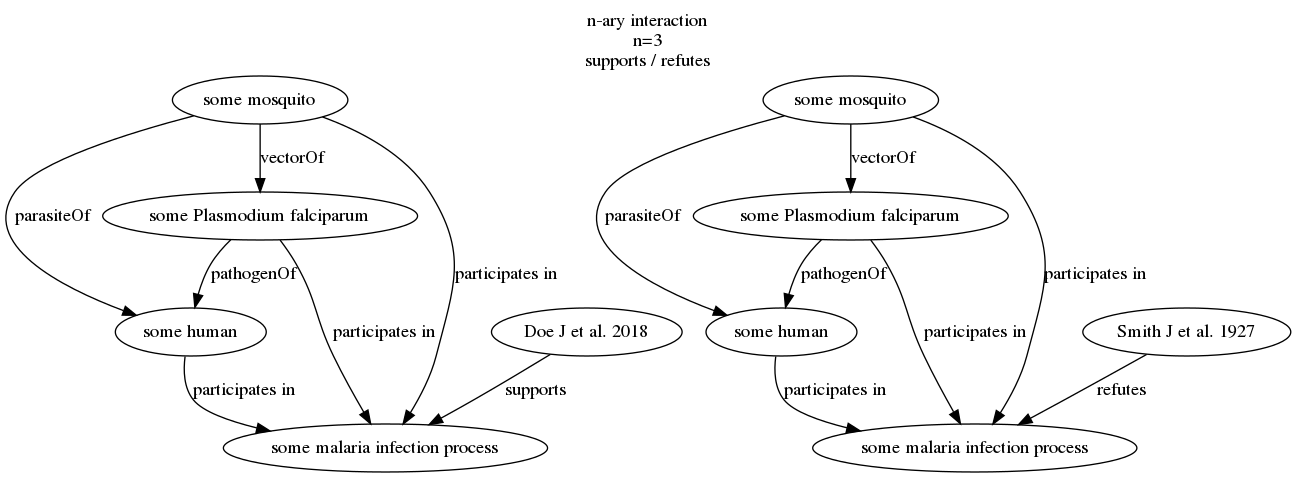
Before: figures/n-ary-support-refute.png, a diagram exported from Graphviz (jhpoelen/globis-b-interactions). Its source is kept beside it as n-ary-support-refute.dot.
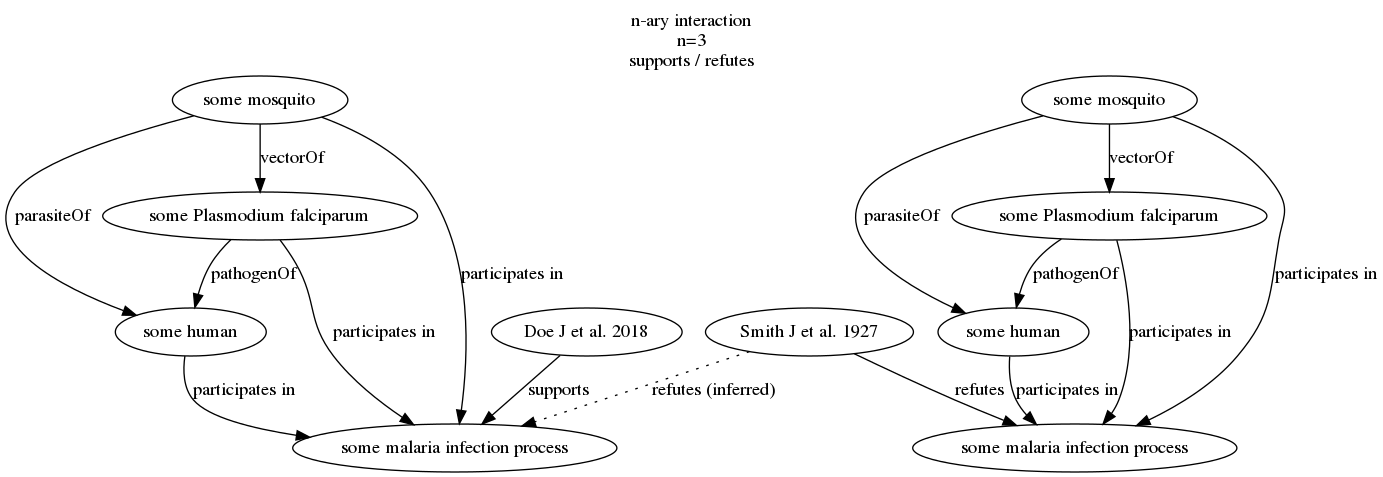
The same diagram one commit later.

Commit message:
add inferred refutes

The edit, as a diff of the source:
```diff
@@ -33,4 +33,5 @@
 
     s2 [label="Smith J et al. 1927"]
     s2 -> d2 [label="refutes"];
+    s2 -> d1 [label="refutes (inferred)", style="dotted"];
 }
```
